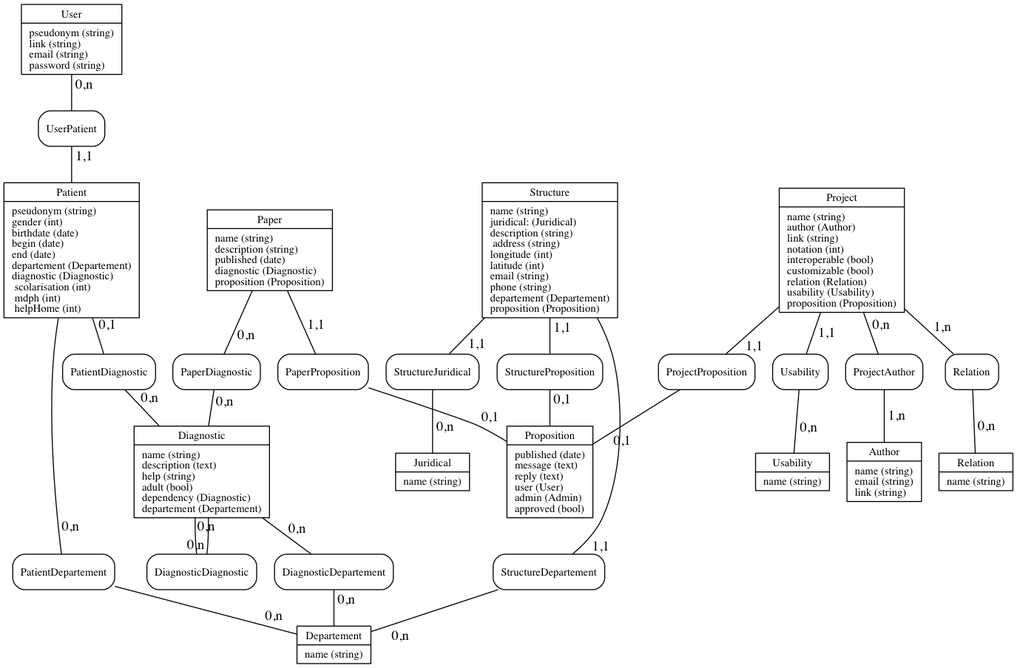
The Graphviz diagram mcd.png in adjivas/site-ref, before a commit. Its source is kept beside it as mcd.dot.
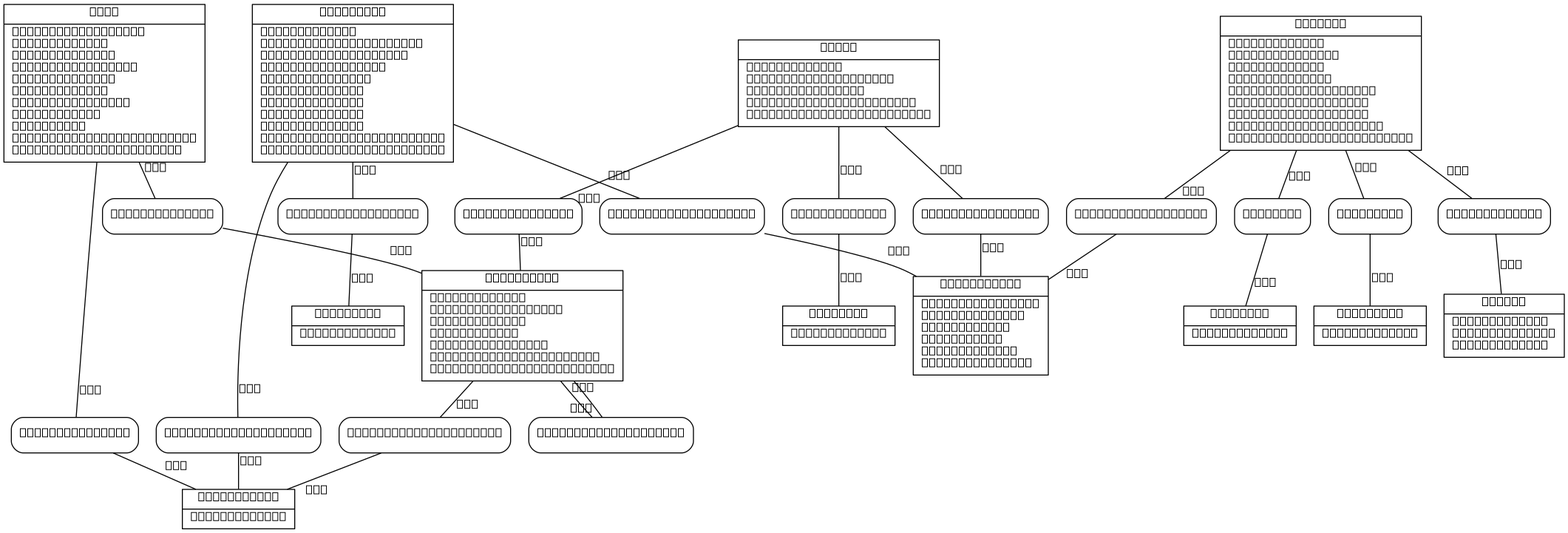
After the change.

The edit, as a diff of the source:
```diff
@@ -26,6 +26,7 @@
 				latitude (int)\l
 				email (string)\l
 				phone (string)\l
+                                link (string)\l
 				departement (Departement)\l
 				proposition (Proposition)\l
 	}", shape=record];
@@ -94,6 +95,7 @@
 				description (text)\l
 				help (string)\l
 				adult (bool)\l
+                                duration (date)\l
 				dependency (Diagnostic)\l
 				departement (Departement)\l
 	}", shape=record];
@@ -105,21 +107,19 @@
 				link (string)\l
 				email (string)\l
 				password (string)\l
-	}", shape=record];
-
-    nodeTablePatient [label = "{
-		Patient
-		    |
-			    pseudonym (string)\l
-				gender (int)\l
+				patient (bool)\l
+				gender (bool)\l
 				birthdate (date)\l
 				begin (date)\l
 				end (date)\l
 				departement (Departement)\l
 				diagnostic (Diagnostic)\l
-                scolarisation (int)\l
-                mdph (int)\l
-                helpHome (int)\l
+	}", shape=record];
+
+	nodeTableLanguage [label = "{
+		Language
+			|
+				name (string)\l
 	}", shape=record];
 
 
@@ -134,15 +134,17 @@
 	nodeRelationProjectAuthor [label = "{ProjectAuthor}", shape = Mrecord];
 	nodeRelationDiagnosticDiagnostic [label = "{DiagnosticDiagnostic}", shape = Mrecord];
 	nodeRelationDiagnosticDepartement [label = "{DiagnosticDepartement}", shape = Mrecord];
-	nodeRelationPatientDepartement [label = "{PatientDepartement}", shape = Mrecord];
-	nodeRelationPatientDiagnostic [label = "{PatientDiagnostic}", shape = Mrecord];
-	nodeRelationUserPatient [label = "{UserPatient}", shape = Mrecord];
+	nodeRelationUserDepartement [label = "{UserDepartement}", shape = Mrecord];
+	nodeRelationUserDiagnostic [label = "{UserDiagnostic}", shape = Mrecord];
+	nodeRelationPaperLanguage [label = "{PaperLanguage}", shape = Mrecord];
 
 
 	nodeTablePaper -- nodeRelationPaperDiagnostic [headlabel = "0,n", labeldistance = 3];
 	nodeRelationPaperDiagnostic -- nodeTableDiagnostic [headlabel = "0,n", labeldistance = 3];
 	nodeTablePaper -- nodeRelationPaperProposition [headlabel = "1,1", labeldistance = 3];
-	nodeRelationPaperProposition -- nodeTableProposition [headlabel = "0,1", labeldistance = 3];
+	nodeRelationPaperProposition -- nodeTableProposition [headlabel = "0,1", labeldistance = 3]
+	nodeTablePaper -- nodeRelationPaperLanguage [headlabel = "1,1", labeldistance = 3];
+	nodeRelationPaperLanguage -- nodeTableLanguage [headlabel = "0,n", labeldistance = 3]
 	nodeTableStructure -- nodeRelationStructureJuridical [headlabel = "1,1", labeldistance = 3];
 	nodeRelationStructureJuridical -- nodeTableJuridical [headlabel = "0,n", labeldistance = 3];
 	nodeTableStructure -- nodeRelationStructureDepartement [headlabel = "1,1", labeldistance = 3];
@@ -161,10 +163,8 @@
 	nodeRelationDiagnosticDiagnostic -- nodeTableDiagnostic [headlabel = "0,n", labeldistance = 3];
 	nodeTableDiagnostic -- nodeRelationDiagnosticDepartement [headlabel = "0,n", labeldistance = 3];
 	nodeRelationDiagnosticDepartement -- nodeTableDepartement [headlabel = "0,n", labeldistance = 3];
-	nodeTablePatient -- nodeRelationPatientDepartement [headlabel = "0,n", labeldistance = 3];
-	nodeRelationPatientDepartement -- nodeTableDepartement [headlabel = "0,n", labeldistance = 3];
-	nodeTablePatient -- nodeRelationPatientDiagnostic [headlabel = "0,1", labeldistance = 3];
-	nodeRelationPatientDiagnostic -- nodeTableDiagnostic [headlabel = "0,n", labeldistance = 3];
-	nodeTableUser -- nodeRelationUserPatient [headlabel = "0,n", labeldistance = 3];
-	nodeRelationUserPatient -- nodeTablePatient [headlabel = "1,1", labeldistance = 3];
+	nodeTableUser -- nodeRelationUserDepartement [headlabel = "0,n", labeldistance = 3];
+	nodeRelationUserDepartement -- nodeTableDepartement [headlabel = "0,n", labeldistance = 3];
+	nodeTableUser -- nodeRelationUserDiagnostic [headlabel = "0,1", labeldistance = 3];
+	nodeRelationUserDiagnostic -- nodeTableDiagnostic [headlabel = "0,n", labeldistance = 3];
 }
```
